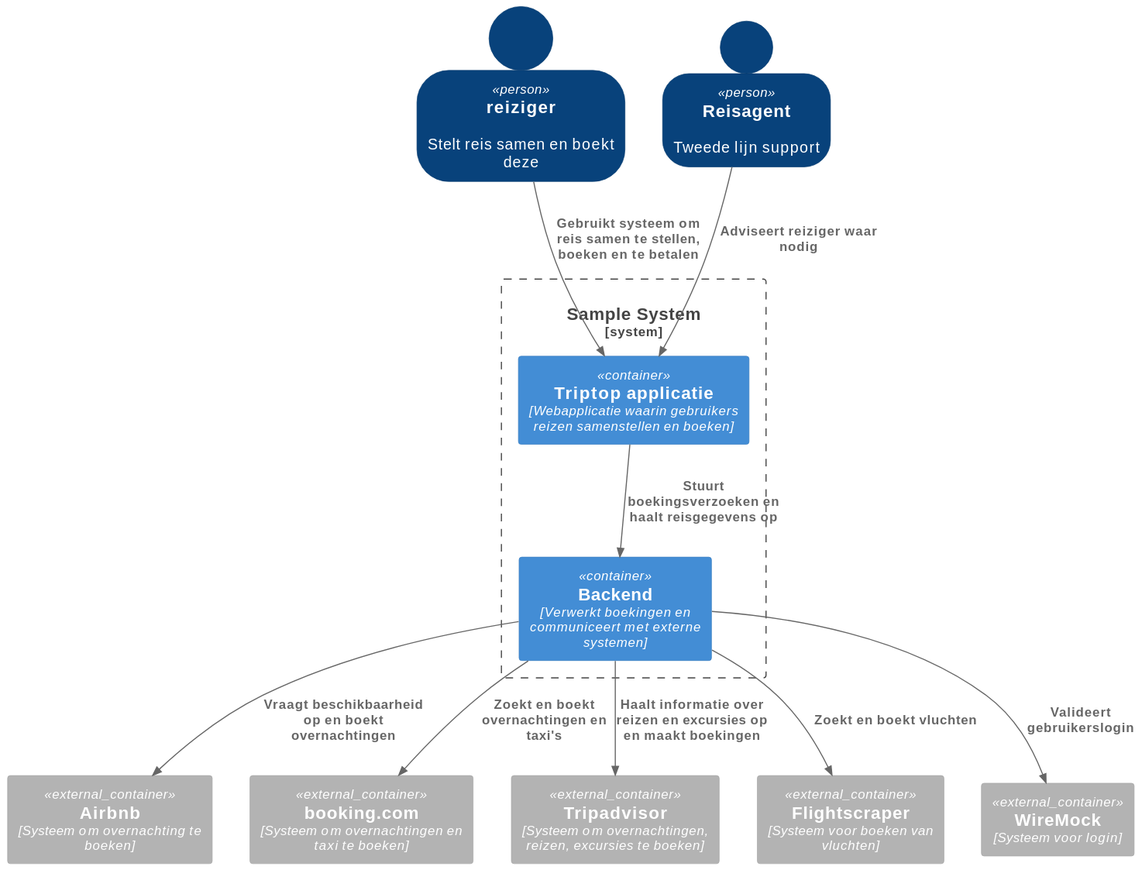
The PlantUML diagram Bartu/containerDiagramBartu-0.svg in AIM-ENE-feb25/triptop-dravende-dikdiks, before a commit.
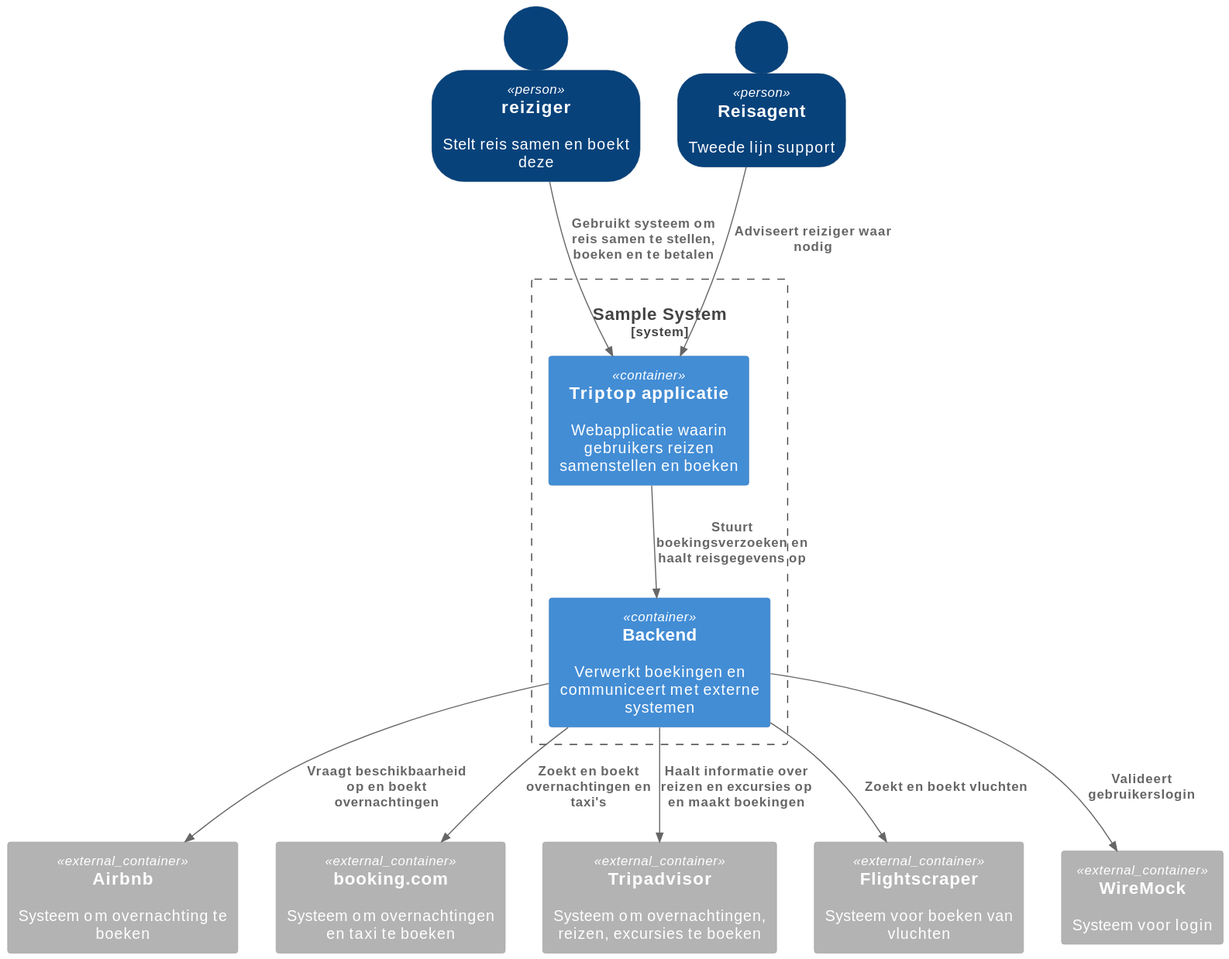
After the change.

Change to the diagram source:
```diff
@@ -7,15 +7,15 @@
 Person("Reisagent", "Reisagent", "Tweede lijn support")
 
 System_Boundary(c1, "Sample System", "") {
-    Container(Web_Applicatie, "Triptop applicatie", "Webapplicatie waarin gebruikers reizen samenstellen en boeken")
-    Container(Backend, "Backend", "Verwerkt boekingen en communiceert met externe systemen")
+    Container(Web_Applicatie, "Triptop applicatie","", "Webapplicatie waarin gebruikers reizen samenstellen en boeken")
+    Container(Backend, "Backend","", "Verwerkt boekingen en communiceert met externe systemen")
 }
 
-Container_Ext("Airbnb", "Airbnb", "Systeem om overnachting te boeken")
-Container_Ext("booking.com", "booking.com", "Systeem om overnachtingen en taxi te boeken")
-Container_Ext("Tripadvisor", "Tripadvisor", "Systeem om overnachtingen, reizen, excursies te boeken")
-Container_Ext("Flightscraper", "Flightscraper", "Systeem voor boeken van vluchten")
-Container_Ext("WireMock", "WireMock", "Systeem voor login")
+Container_Ext("Airbnb", "Airbnb", "","Systeem om overnachting te boeken")
+Container_Ext("booking.com", "booking.com", "", "Systeem om overnachtingen en taxi te boeken")
+Container_Ext("Tripadvisor", "Tripadvisor", "","Systeem om overnachtingen, reizen, excursies te boeken")
+Container_Ext("Flightscraper", "Flightscraper","", "Systeem voor boeken van vluchten")
+Container_Ext("WireMock", "WireMock","", "Systeem voor login")
 
 Rel("reiziger", "Web_Applicatie", "Gebruikt systeem om reis samen te stellen, boeken en te betalen")
 Rel("Reisagent", "Web_Applicatie", "Adviseert reiziger waar nodig")
```
